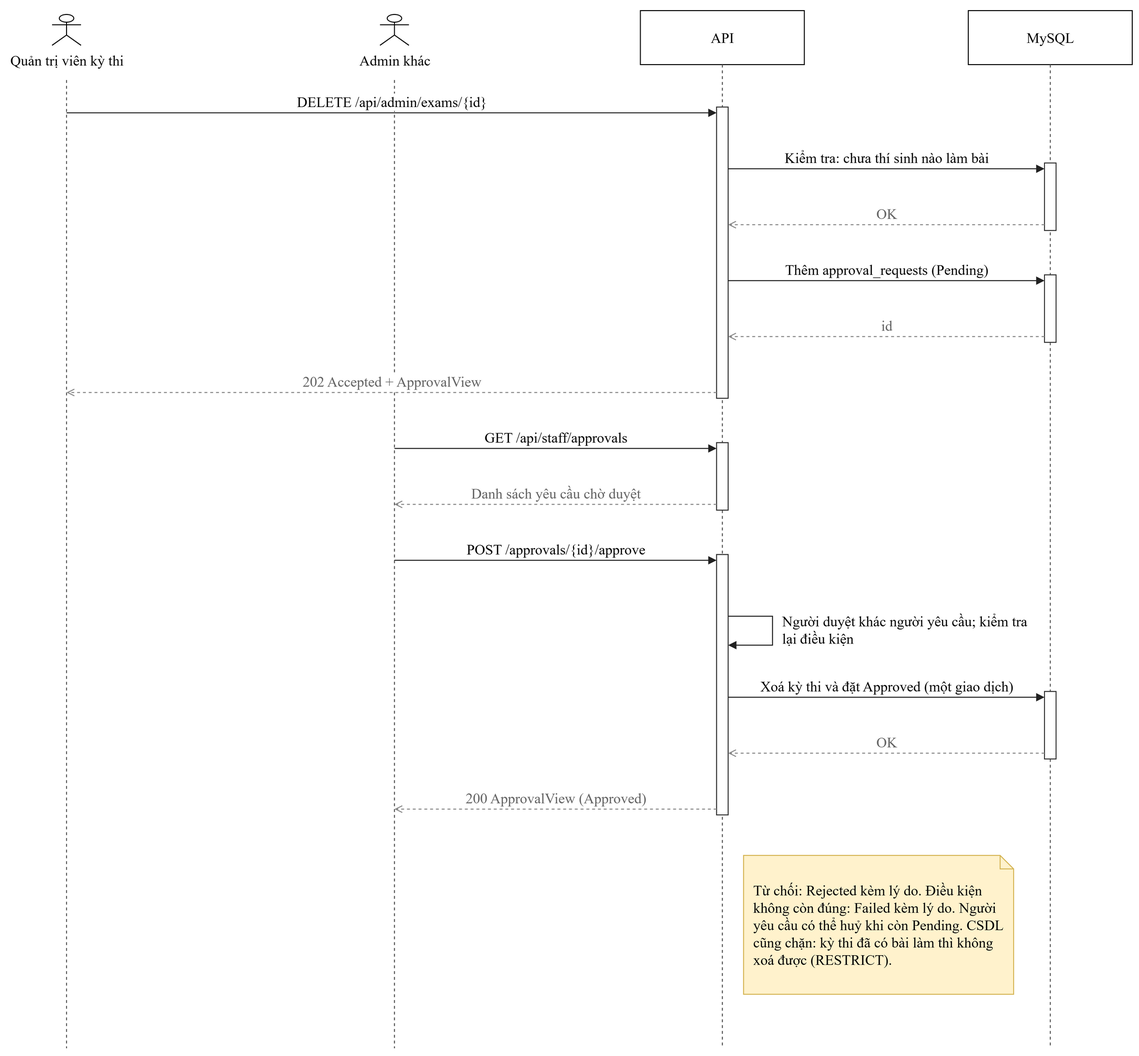
trhlow/cambridge-exam-prep keeps this draw.io diagram as thesis/diagrams/seq-approval.drawio.png. Above is the earlier version. Source tidied: cells renumbered, new cells last; positions are measured from the earlier drawing's top-left corner, leaving out a move shared by most shapes.
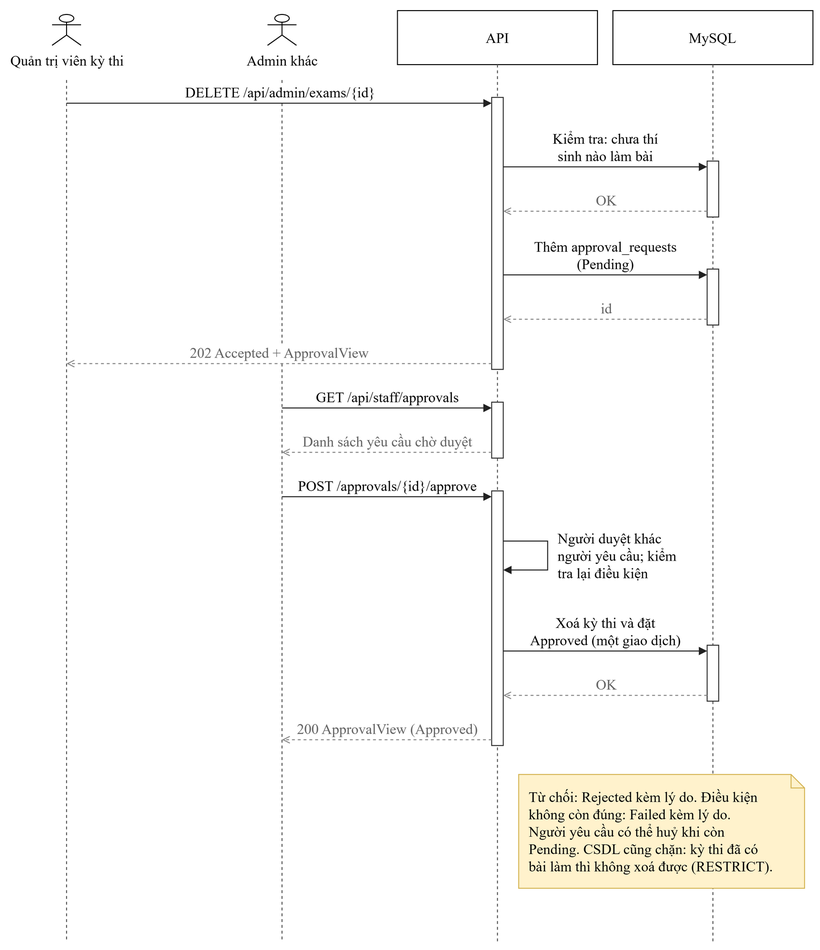
After the change.

Change to the diagram source:
```diff
@@ -3,146 +3,146 @@
     <mxCell id="0" />
     <mxCell id="1" parent="0" />
     <mxCell id="2" value="Quản trị viên kỳ thi" style="shape=umlActor;verticalLabelPosition=bottom;verticalAlign=top;html=1;fontFamily=Times New Roman;fontSize=15;" parent="1" vertex="1">
-      <mxGeometry y="4" width="30" height="32" as="geometry" />
+      <mxGeometry x="-35" y="4" width="30" height="32" as="geometry" />
     </mxCell>
     <mxCell id="3" style="endArrow=none;dashed=1;html=1;strokeColor=#555555;" parent="1" edge="1">
       <mxGeometry relative="1" as="geometry">
-        <mxPoint x="15" y="72" as="sourcePoint" />
-        <mxPoint x="15" y="1076" as="targetPoint" />
+        <mxPoint x="-20" y="72" as="sourcePoint" />
+        <mxPoint x="-20" y="966" as="targetPoint" />
       </mxGeometry>
     </mxCell>
     <mxCell id="4" value="Admin khác" style="shape=umlActor;verticalLabelPosition=bottom;verticalAlign=top;html=1;fontFamily=Times New Roman;fontSize=15;" parent="1" vertex="1">
-      <mxGeometry x="340" y="4" width="30" height="32" as="geometry" />
+      <mxGeometry x="188.3" y="4" width="30" height="32" as="geometry" />
     </mxCell>
     <mxCell id="5" style="endArrow=none;dashed=1;html=1;strokeColor=#555555;" parent="1" edge="1">
       <mxGeometry relative="1" as="geometry">
-        <mxPoint x="355" y="72" as="sourcePoint" />
-        <mxPoint x="355" y="1076" as="targetPoint" />
+        <mxPoint x="203.3" y="72" as="sourcePoint" />
+        <mxPoint x="203.3" y="966" as="targetPoint" />
       </mxGeometry>
     </mxCell>
     <mxCell id="6" value="API" style="rounded=0;whiteSpace=wrap;html=1;fontFamily=Times New Roman;fontSize=15;" parent="1" vertex="1">
-      <mxGeometry x="610" width="170" height="56" as="geometry" />
+      <mxGeometry x="323" width="207.3" height="56" as="geometry" />
     </mxCell>
     <mxCell id="7" style="endArrow=none;dashed=1;html=1;strokeColor=#555555;" parent="1" edge="1">
       <mxGeometry relative="1" as="geometry">
-        <mxPoint x="695" y="56" as="sourcePoint" />
-        <mxPoint x="695" y="1076" as="targetPoint" />
+        <mxPoint x="426.7" y="56" as="sourcePoint" />
+        <mxPoint x="426.7" y="966" as="targetPoint" />
       </mxGeometry>
     </mxCell>
     <mxCell id="8" value="MySQL" style="rounded=0;whiteSpace=wrap;html=1;fontFamily=Times New Roman;fontSize=15;" parent="1" vertex="1">
-      <mxGeometry x="950" width="170" height="56" as="geometry" />
+      <mxGeometry x="546.3" width="207.3" height="56" as="geometry" />
     </mxCell>
     <mxCell id="9" style="endArrow=none;dashed=1;html=1;strokeColor=#555555;" parent="1" edge="1">
       <mxGeometry relative="1" as="geometry">
-        <mxPoint x="1035" y="56" as="sourcePoint" />
-        <mxPoint x="1035" y="1076" as="targetPoint" />
+        <mxPoint x="650" y="56" as="sourcePoint" />
+        <mxPoint x="650" y="966" as="targetPoint" />
       </mxGeometry>
     </mxCell>
     <mxCell id="10" style="rounded=0;whiteSpace=wrap;html=1;fillColor=#ffffff;strokeColor=#333333;" parent="1" vertex="1">
-      <mxGeometry x="1029" y="158" width="12" height="70" as="geometry" />
+      <mxGeometry x="644" y="156" width="12" height="58" as="geometry" />
     </mxCell>
     <mxCell id="11" style="rounded=0;whiteSpace=wrap;html=1;fillColor=#ffffff;strokeColor=#333333;" parent="1" vertex="1">
-      <mxGeometry x="1029" y="274" width="12" height="70" as="geometry" />
+      <mxGeometry x="644" y="268" width="12" height="58" as="geometry" />
     </mxCell>
     <mxCell id="12" style="rounded=0;whiteSpace=wrap;html=1;fillColor=#ffffff;strokeColor=#333333;" parent="1" vertex="1">
-      <mxGeometry x="689" y="100" width="12" height="302" as="geometry" />
+      <mxGeometry x="420.7" y="90" width="12" height="282" as="geometry" />
     </mxCell>
     <mxCell id="13" style="rounded=0;whiteSpace=wrap;html=1;fillColor=#ffffff;strokeColor=#333333;" parent="1" vertex="1">
-      <mxGeometry x="689" y="448" width="12" height="70" as="geometry" />
+      <mxGeometry x="420.7" y="406" width="12" height="58" as="geometry" />
     </mxCell>
     <mxCell id="14" style="rounded=0;whiteSpace=wrap;html=1;fillColor=#ffffff;strokeColor=#333333;" parent="1" vertex="1">
-      <mxGeometry x="1029" y="706" width="12" height="70" as="geometry" />
+      <mxGeometry x="644" y="658" width="12" height="58" as="geometry" />
     </mxCell>
     <mxCell id="15" style="rounded=0;whiteSpace=wrap;html=1;fillColor=#ffffff;strokeColor=#333333;" parent="1" vertex="1">
-      <mxGeometry x="689" y="564" width="12" height="270" as="geometry" />
+      <mxGeometry x="420.7" y="498" width="12" height="264" as="geometry" />
     </mxCell>
     <mxCell id="16" value="DELETE /api/admin/exams/{id}" style="endArrow=block;endFill=1;html=1;rounded=0;strokeColor=#222222;fontFamily=Times New Roman;fontSize=15;labelBackgroundColor=#ffffff;verticalAlign=bottom;" parent="1" edge="1">
       <mxGeometry relative="1" as="geometry">
-        <mxPoint x="15" y="106" as="sourcePoint" />
-        <mxPoint x="689" y="106" as="targetPoint" />
+        <mxPoint x="-20" y="96" as="sourcePoint" />
+        <mxPoint x="420.7" y="96" as="targetPoint" />
       </mxGeometry>
     </mxCell>
-    <mxCell id="17" value="Kiểm tra: chưa thí sinh nào làm bài" style="endArrow=block;endFill=1;html=1;rounded=0;strokeColor=#222222;fontFamily=Times New Roman;fontSize=15;labelBackgroundColor=#ffffff;verticalAlign=bottom;" parent="1" edge="1">
+    <mxCell id="17" value="Kiểm tra: chưa thí&#10;sinh nào làm bài" style="endArrow=block;endFill=1;html=1;rounded=0;strokeColor=#222222;fontFamily=Times New Roman;fontSize=15;labelBackgroundColor=#ffffff;verticalAlign=bottom;" parent="1" edge="1">
       <mxGeometry relative="1" as="geometry">
-        <mxPoint x="701" y="164" as="sourcePoint" />
-        <mxPoint x="1029" y="164" as="targetPoint" />
+        <mxPoint x="432.7" y="162" as="sourcePoint" />
+        <mxPoint x="644" y="162" as="targetPoint" />
       </mxGeometry>
     </mxCell>
     <mxCell id="18" value="OK" style="endArrow=open;dashed=1;html=1;rounded=0;strokeColor=#888888;fontColor=#666666;fontFamily=Times New Roman;fontSize=15;labelBackgroundColor=#ffffff;verticalAlign=bottom;" parent="1" edge="1">
       <mxGeometry relative="1" as="geometry">
-        <mxPoint x="1029" y="222" as="sourcePoint" />
-        <mxPoint x="701" y="222" as="targetPoint" />
+        <mxPoint x="644" y="208" as="sourcePoint" />
+        <mxPoint x="432.7" y="208" as="targetPoint" />
       </mxGeometry>
     </mxCell>
-    <mxCell id="19" value="Thêm approval_requests (Pending)" style="endArrow=block;endFill=1;html=1;rounded=0;strokeColor=#222222;fontFamily=Times New Roman;fontSize=15;labelBackgroundColor=#ffffff;verticalAlign=bottom;" parent="1" edge="1">
+    <mxCell id="19" value="Thêm approval_requests&#10;(Pending)" style="endArrow=block;endFill=1;html=1;rounded=0;strokeColor=#222222;fontFamily=Times New Roman;fontSize=15;labelBackgroundColor=#ffffff;verticalAlign=bottom;" parent="1" edge="1">
       <mxGeometry relative="1" as="geometry">
-        <mxPoint x="701" y="280" as="sourcePoint" />
-        <mxPoint x="1029" y="280" as="targetPoint" />
+        <mxPoint x="432.7" y="274" as="sourcePoint" />
+        <mxPoint x="644" y="274" as="targetPoint" />
       </mxGeometry>
     </mxCell>
     <mxCell id="20" value="id" style="endArrow=open;dashed=1;html=1;rounded=0;strokeColor=#888888;fontColor=#666666;fontFamily=Times New Roman;fontSize=15;labelBackgroundColor=#ffffff;verticalAlign=bottom;" parent="1" edge="1">
       <mxGeometry relative="1" as="geometry">
-        <mxPoint x="1029" y="338" as="sourcePoint" />
-        <mxPoint x="701" y="338" as="targetPoint" />
+        <mxPoint x="644" y="320" as="sourcePoint" />
+        <mxPoint x="432.7" y="320" as="targetPoint" />
       </mxGeometry>
     </mxCell>
     <mxCell id="21" value="202 Accepted + ApprovalView" style="endArrow=open;dashed=1;html=1;rounded=0;strokeColor=#888888;fontColor=#666666;fontFamily=Times New Roman;fontSize=15;labelBackgroundColor=#ffffff;verticalAlign=bottom;" parent="1" edge="1">
       <mxGeometry relative="1" as="geometry">
-        <mxPoint x="689" y="396" as="sourcePoint" />
-        <mxPoint x="15" y="396" as="targetPoint" />
+        <mxPoint x="420.7" y="366" as="sourcePoint" />
+        <mxPoint x="-20" y="366" as="targetPoint" />
       </mxGeometry>
     </mxCell>
     <mxCell id="22" value="GET /api/staff/approvals" style="endArrow=block;endFill=1;html=1;rounded=0;strokeColor=#222222;fontFamily=Times New Roman;fontSize=15;labelBackgroundColor=#ffffff;verticalAlign=bottom;" parent="1" edge="1">
       <mxGeometry relative="1" as="geometry">
-        <mxPoint x="355" y="454" as="sourcePoint" />
-        <mxPoint x="689" y="454" as="targetPoint" />
+        <mxPoint x="203.3" y="412" as="sourcePoint" />
+        <mxPoint x="420.7" y="412" as="targetPoint" />
       </mxGeometry>
     </mxCell>
     <mxCell id="23" value="Danh sách yêu cầu chờ duyệt" style="endArrow=open;dashed=1;html=1;rounded=0;strokeColor=#888888;fontColor=#666666;fontFamily=Times New Roman;fontSize=15;labelBackgroundColor=#ffffff;verticalAlign=bottom;" parent="1" edge="1">
       <mxGeometry relative="1" as="geometry">
-        <mxPoint x="689" y="512" as="sourcePoint" />
-        <mxPoint x="355" y="512" as="targetPoint" />
+        <mxPoint x="420.7" y="458" as="sourcePoint" />
+        <mxPoint x="203.3" y="458" as="targetPoint" />
       </mxGeometry>
     </mxCell>
     <mxCell id="24" value="POST /approvals/{id}/approve" style="endArrow=block;endFill=1;html=1;rounded=0;strokeColor=#222222;fontFamily=Times New Roman;fontSize=15;labelBackgroundColor=#ffffff;verticalAlign=bottom;" parent="1" edge="1">
       <mxGeometry relative="1" as="geometry">
-        <mxPoint x="355" y="570" as="sourcePoint" />
-        <mxPoint x="689" y="570" as="targetPoint" />
+        <mxPoint x="203.3" y="504" as="sourcePoint" />
+        <mxPoint x="420.7" y="504" as="targetPoint" />
       </mxGeometry>
     </mxCell>
     <mxCell id="25" style="endArrow=block;endFill=1;html=1;rounded=0;strokeColor=#222222;fontFamily=Times New Roman;fontSize=15;labelBackgroundColor=#ffffff;verticalAlign=bottom;" parent="1" edge="1">
       <mxGeometry relative="1" as="geometry">
-        <mxPoint x="701" y="628" as="sourcePoint" />
-        <mxPoint x="701" y="658" as="targetPoint" />
+        <mxPoint x="432.7" y="550" as="sourcePoint" />
+        <mxPoint x="432.7" y="580" as="targetPoint" />
         <Array as="points">
-          <mxPoint x="747" y="628" />
-          <mxPoint x="747" y="658" />
+          <mxPoint x="478.7" y="550" />
+          <mxPoint x="478.7" y="580" />
         </Array>
       </mxGeometry>
     </mxCell>
-    <mxCell id="26" value="Người duyệt khác người yêu cầu; kiểm tra lại điều kiện" style="text;html=1;whiteSpace=wrap;align=left;verticalAlign=middle;fontFamily=Times New Roman;fontSize=15;" parent="1" vertex="1">
-      <mxGeometry x="755" y="622" width="270" height="40" as="geometry" />
+    <mxCell id="26" value="Người duyệt khác&#10;người yêu cầu; kiểm&#10;tra lại điều kiện" style="text;html=1;whiteSpace=wrap;align=left;verticalAlign=middle;fontFamily=Times New Roman;fontSize=15;" parent="1" vertex="1">
+      <mxGeometry x="486.7" y="531" width="155.3" height="68" as="geometry" />
     </mxCell>
-    <mxCell id="27" value="Xoá kỳ thi và đặt Approved (một giao dịch)" style="endArrow=block;endFill=1;html=1;rounded=0;strokeColor=#222222;fontFamily=Times New Roman;fontSize=15;labelBackgroundColor=#ffffff;verticalAlign=bottom;" parent="1" edge="1">
+    <mxCell id="27" value="Xoá kỳ thi và đặt&#10;Approved (một giao dịch)" style="endArrow=block;endFill=1;html=1;rounded=0;strokeColor=#222222;fontFamily=Times New Roman;fontSize=15;labelBackgroundColor=#ffffff;verticalAlign=bottom;" parent="1" edge="1">
       <mxGeometry relative="1" as="geometry">
-        <mxPoint x="701" y="712" as="sourcePoint" />
-        <mxPoint x="1029" y="712" as="targetPoint" />
+        <mxPoint x="432.7" y="664" as="sourcePoint" />
+        <mxPoint x="644" y="664" as="targetPoint" />
       </mxGeometry>
     </mxCell>
     <mxCell id="28" value="OK" style="endArrow=open;dashed=1;html=1;rounded=0;strokeColor=#888888;fontColor=#666666;fontFamily=Times New Roman;fontSize=15;labelBackgroundColor=#ffffff;verticalAlign=bottom;" parent="1" edge="1">
       <mxGeometry relative="1" as="geometry">
-        <mxPoint x="1029" y="770" as="sourcePoint" />
-        <mxPoint x="701" y="770" as="targetPoint" />
+        <mxPoint x="644" y="710" as="sourcePoint" />
+        <mxPoint x="432.7" y="710" as="targetPoint" />
       </mxGeometry>
     </mxCell>
     <mxCell id="29" value="200 ApprovalView (Approved)" style="endArrow=open;dashed=1;html=1;rounded=0;strokeColor=#888888;fontColor=#666666;fontFamily=Times New Roman;fontSize=15;labelBackgroundColor=#ffffff;verticalAlign=bottom;" parent="1" edge="1">
       <mxGeometry relative="1" as="geometry">
-        <mxPoint x="689" y="828" as="sourcePoint" />
-        <mxPoint x="355" y="828" as="targetPoint" />
+        <mxPoint x="420.7" y="756" as="sourcePoint" />
+        <mxPoint x="203.3" y="756" as="targetPoint" />
       </mxGeometry>
     </mxCell>
-    <mxCell id="30" value="Từ chối: Rejected kèm lý do. Điều kiện không còn đúng: Failed kèm lý do. Người yêu cầu có thể huỷ khi còn Pending. CSDL cũng chặn: kỳ thi đã có bài làm thì không xoá được (RESTRICT)." style="shape=note;whiteSpace=wrap;html=1;size=14;fillColor=#fff2cc;strokeColor=#d6b656;align=left;spacingLeft=8;spacingRight=8;fontFamily=Times New Roman;fontSize=15;" parent="1" vertex="1">
-      <mxGeometry x="717" y="876" width="280" height="144" as="geometry" />
+    <mxCell id="30" value="Từ chối: Rejected kèm lý do. Điều kiện&#10;không còn đúng: Failed kèm lý do.&#10;Người yêu cầu có thể huỷ khi còn&#10;Pending. CSDL cũng chặn: kỳ thi đã có&#10;bài làm thì không xoá được (RESTRICT)." style="shape=note;whiteSpace=wrap;html=1;size=14;fillColor=#fff2cc;strokeColor=#d6b656;align=left;spacingLeft=8;spacingRight=8;fontFamily=Times New Roman;fontSize=15;" parent="1" vertex="1">
+      <mxGeometry x="448.7" y="792" width="296.3" height="118" as="geometry" />
     </mxCell>
   </root>
 </mxGraphModel>
```
